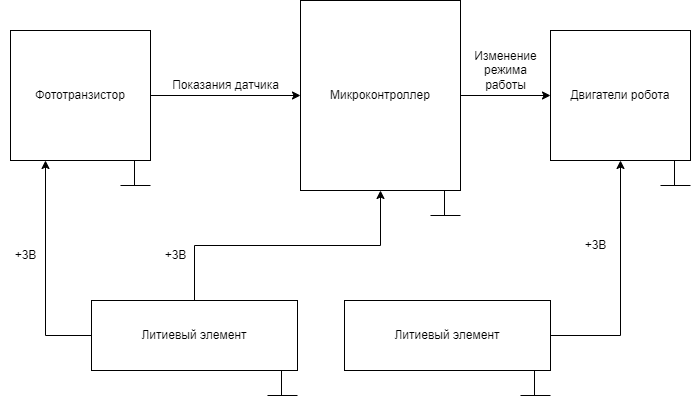
IlyaFedoseev227/LABS-PNRPU-IVT-22-1b keeps this draw.io diagram as Cхемыч.png. Above is the earlier version. Source tidied: cells renumbered, new cells last; positions are measured from the earlier drawing's top-left corner, leaving out a move shared by most shapes.
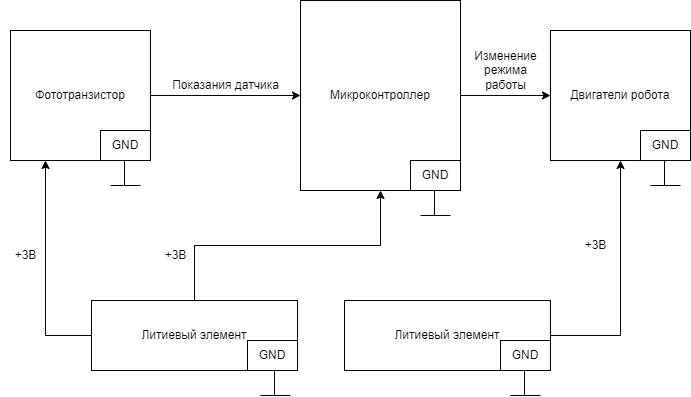
After the commit.

The edit, as a diff of the source:
```diff
@@ -34,62 +34,62 @@
     </mxCell>
     <mxCell id="12" style="endArrow=none;html=1;rounded=0;" parent="1" edge="1">
       <mxGeometry relative="1" as="geometry">
-        <mxPoint x="281" y="395" as="sourcePoint" />
-        <mxPoint x="281" y="370" as="targetPoint" />
+        <mxPoint x="274" y="395" as="sourcePoint" />
+        <mxPoint x="274" y="370" as="targetPoint" />
       </mxGeometry>
     </mxCell>
     <mxCell id="13" style="endArrow=none;html=1;rounded=0;" parent="1" edge="1">
       <mxGeometry relative="1" as="geometry">
-        <mxPoint x="267" y="395" as="sourcePoint" />
-        <mxPoint x="297" y="395" as="targetPoint" />
+        <mxPoint x="260" y="395" as="sourcePoint" />
+        <mxPoint x="290" y="395" as="targetPoint" />
       </mxGeometry>
     </mxCell>
     <mxCell id="14" style="endArrow=none;html=1;rounded=0;" parent="1" edge="1">
       <mxGeometry relative="1" as="geometry">
-        <mxPoint x="534" y="395" as="sourcePoint" />
-        <mxPoint x="534" y="370" as="targetPoint" />
+        <mxPoint x="524" y="395" as="sourcePoint" />
+        <mxPoint x="524" y="370" as="targetPoint" />
       </mxGeometry>
     </mxCell>
     <mxCell id="15" style="endArrow=none;html=1;rounded=0;" parent="1" edge="1">
       <mxGeometry relative="1" as="geometry">
-        <mxPoint x="520" y="395" as="sourcePoint" />
-        <mxPoint x="550" y="395" as="targetPoint" />
+        <mxPoint x="510" y="395" as="sourcePoint" />
+        <mxPoint x="540" y="395" as="targetPoint" />
       </mxGeometry>
     </mxCell>
     <mxCell id="16" style="endArrow=none;html=1;rounded=0;" parent="1" edge="1">
       <mxGeometry relative="1" as="geometry">
-        <mxPoint x="134" y="185" as="sourcePoint" />
-        <mxPoint x="134" y="160" as="targetPoint" />
+        <mxPoint x="124" y="185" as="sourcePoint" />
+        <mxPoint x="124" y="160" as="targetPoint" />
       </mxGeometry>
     </mxCell>
     <mxCell id="17" style="endArrow=none;html=1;rounded=0;" parent="1" edge="1">
       <mxGeometry relative="1" as="geometry">
-        <mxPoint x="120" y="185" as="sourcePoint" />
-        <mxPoint x="150" y="185" as="targetPoint" />
+        <mxPoint x="110" y="185" as="sourcePoint" />
+        <mxPoint x="140" y="185" as="targetPoint" />
       </mxGeometry>
     </mxCell>
     <mxCell id="18" style="endArrow=none;html=1;rounded=0;" parent="1" edge="1">
       <mxGeometry relative="1" as="geometry">
-        <mxPoint x="444" y="215" as="sourcePoint" />
-        <mxPoint x="444" y="190" as="targetPoint" />
+        <mxPoint x="434" y="215" as="sourcePoint" />
+        <mxPoint x="434" y="190" as="targetPoint" />
       </mxGeometry>
     </mxCell>
     <mxCell id="19" style="endArrow=none;html=1;rounded=0;" parent="1" edge="1">
       <mxGeometry relative="1" as="geometry">
-        <mxPoint x="430" y="215" as="sourcePoint" />
-        <mxPoint x="460" y="215" as="targetPoint" />
+        <mxPoint x="420" y="215" as="sourcePoint" />
+        <mxPoint x="450" y="215" as="targetPoint" />
       </mxGeometry>
     </mxCell>
     <mxCell id="20" style="endArrow=none;html=1;rounded=0;" parent="1" edge="1">
       <mxGeometry relative="1" as="geometry">
-        <mxPoint x="674" y="185" as="sourcePoint" />
-        <mxPoint x="674" y="160" as="targetPoint" />
+        <mxPoint x="664" y="185" as="sourcePoint" />
+        <mxPoint x="664" y="160" as="targetPoint" />
       </mxGeometry>
     </mxCell>
     <mxCell id="21" style="endArrow=none;html=1;rounded=0;" parent="1" edge="1">
       <mxGeometry relative="1" as="geometry">
-        <mxPoint x="660" y="185" as="sourcePoint" />
-        <mxPoint x="690" y="185" as="targetPoint" />
+        <mxPoint x="650" y="185" as="sourcePoint" />
+        <mxPoint x="680" y="185" as="targetPoint" />
       </mxGeometry>
     </mxCell>
     <mxCell id="22" value="+3B" style="text;html=1;align=center;verticalAlign=middle;strokeColor=none;fillColor=none;" parent="1" vertex="1">
@@ -107,5 +107,20 @@
     <mxCell id="26" value="Изменение &lt;br&gt;режима &lt;br&gt;работы" style="text;html=1;align=center;verticalAlign=middle;strokeColor=none;fillColor=none;" parent="1" vertex="1">
       <mxGeometry x="460" y="40" width="90" height="60" as="geometry" />
     </mxCell>
+    <mxCell id="27" value="GND" style="rounded=0;whiteSpace=wrap;html=1;" parent="1" vertex="1">
+      <mxGeometry x="100" y="130" width="50" height="30" as="geometry" />
+    </mxCell>
+    <mxCell id="28" value="GND" style="rounded=0;whiteSpace=wrap;html=1;" parent="1" vertex="1">
+      <mxGeometry x="247" y="340" width="50" height="30" as="geometry" />
+    </mxCell>
+    <mxCell id="29" value="GND" style="rounded=0;whiteSpace=wrap;html=1;" parent="1" vertex="1">
+      <mxGeometry x="410" y="160" width="50" height="30" as="geometry" />
+    </mxCell>
+    <mxCell id="30" value="GND" style="rounded=0;whiteSpace=wrap;html=1;" parent="1" vertex="1">
+      <mxGeometry x="640" y="130" width="50" height="30" as="geometry" />
+    </mxCell>
+    <mxCell id="31" value="GND" style="rounded=0;whiteSpace=wrap;html=1;" parent="1" vertex="1">
+      <mxGeometry x="500" y="340" width="50" height="30" as="geometry" />
+    </mxCell>
   </root>
 </mxGraphModel>
```
